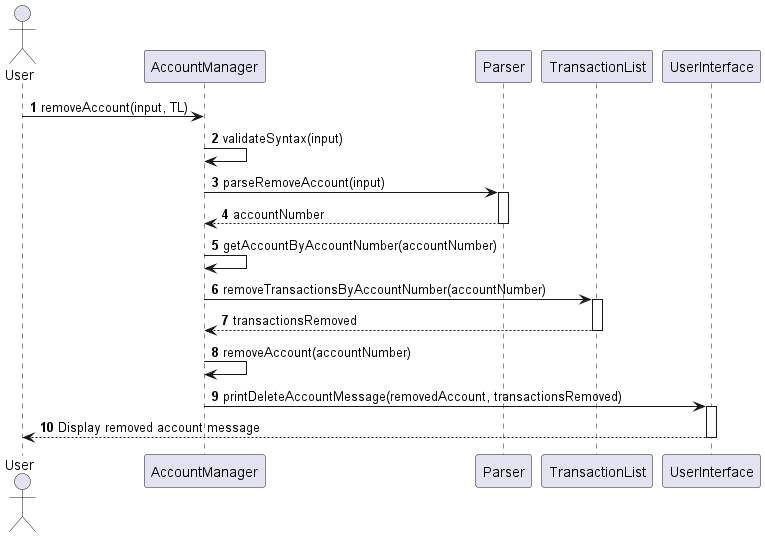
Vavinan/tp keeps this PlantUML diagram as docs/images/RemoveAccounrSequenceDiagram.png. Above is the earlier version. Source of this version:
```plantuml
@startuml

autonumber

actor User
participant "AccountManager" as AM
participant "Parser" as P
participant "TransactionList" as TL
participant "UserInterface" as UI

User -> AM: removeAccount(input, TL)
AM -> AM: validateSyntax(input)
AM -> P: parseRemoveAccount(input)
activate P
P --> AM: accountNumber
deactivate P
AM -> AM: getAccountByAccountNumber(accountNumber)
AM -> TL: removeTransactionsByAccountNumber(accountNumber)
activate TL
TL --> AM: transactionsRemoved
deactivate TL
AM -> AM: removeAccount(accountNumber)
AM -> UI: printDeleteAccountMessage(removedAccount, transactionsRemoved)
activate UI
UI --> User: Display removed account message
deactivate UI
@enduml
```
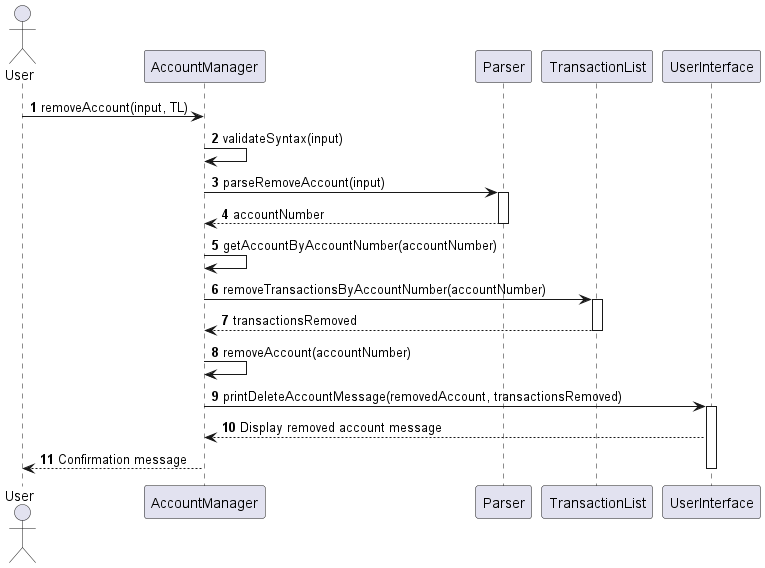
The same file after the commit.

Change to the diagram source:
```diff
@@ -22,6 +22,8 @@
 AM -> AM: removeAccount(accountNumber)
 AM -> UI: printDeleteAccountMessage(removedAccount, transactionsRemoved)
 activate UI
-UI --> User: Display removed account message
+UI --> AM: Display removed account message
+AM --> User: Confirmation message
+
 deactivate UI
 @enduml
```
